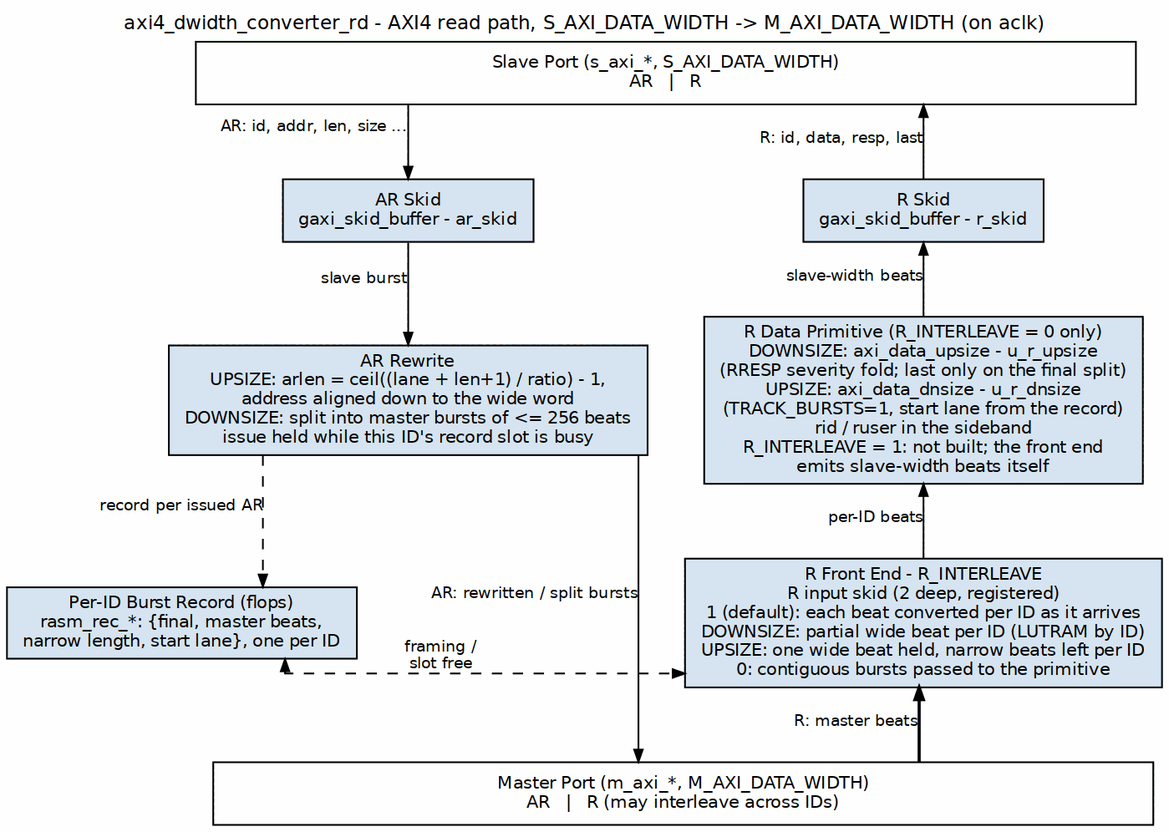
This is projects/components/utility-ip/converters/docs/converter_mas/assets/graphviz/axi4_dwidth_converter_rd.png from sean-galloway/RTLDesignSherpa, a Graphviz export, as it was before one commit. Its source is kept beside it as projects/components/utility-ip/converters/docs/converter_mas/assets/graphviz/axi4_dwidth_converter_rd.dot.
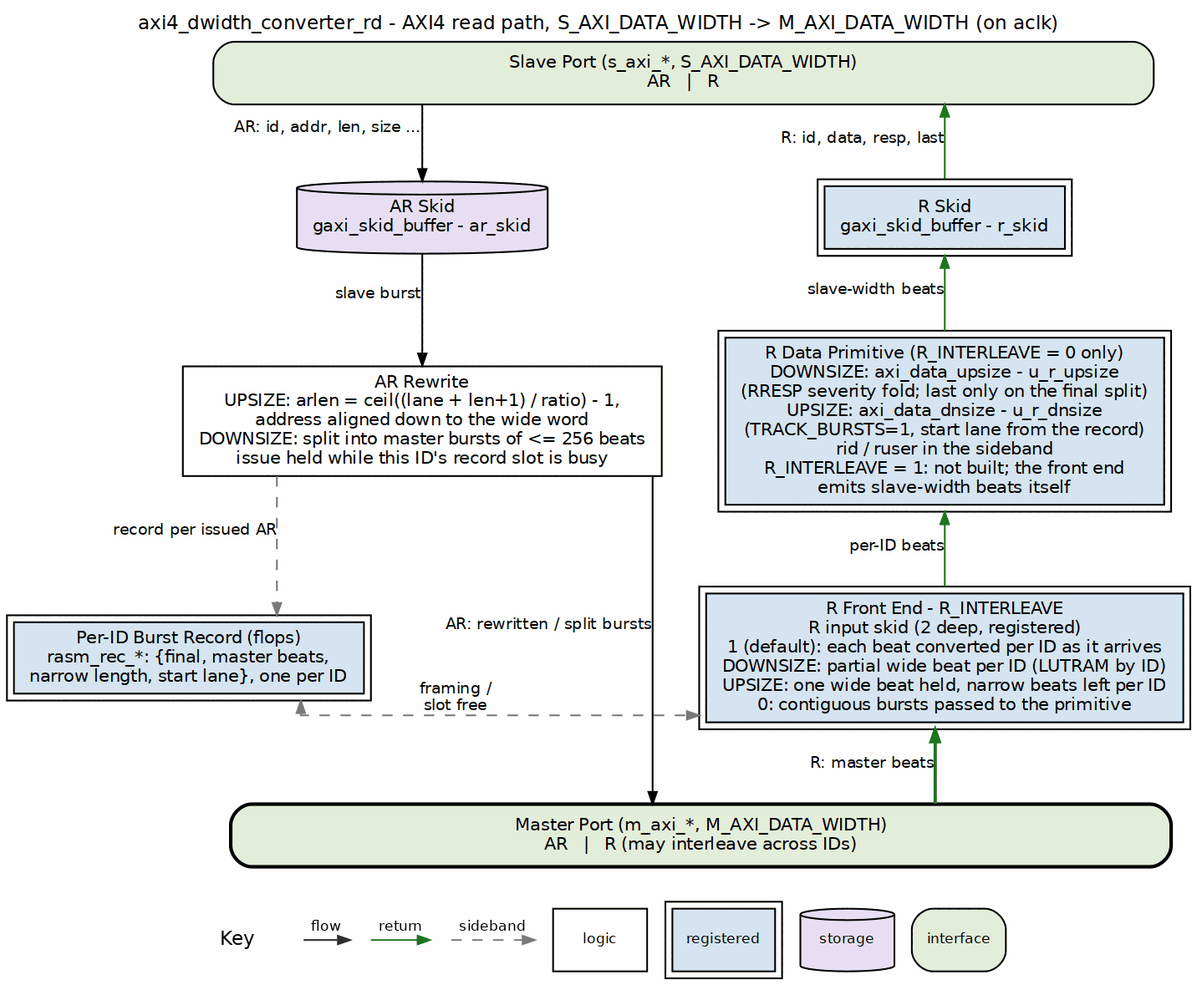
The same diagram one commit later.

What changed in the source:
```diff
@@ -3,33 +3,33 @@
            nodesep="0.45", ranksep="0.60", splines=ortho, newrank=true,
            labelloc=t, labeljust=c];
     node  [fontname="Helvetica", fontsize=10, shape=box, style=filled,
-           fillcolor="#D6E4F0", color="black", margin="0.12,0.06"];
+           fillcolor="white", color="black", margin="0.12,0.06"];
     edge  [fontname="Helvetica", fontsize=9, color="black", arrowsize=0.7];
     label="axi4_dwidth_converter_rd - AXI4 read path, S_AXI_DATA_WIDTH -> M_AXI_DATA_WIDTH (on aclk)";
 
-    s    [label="Slave Port (s_axi_*, S_AXI_DATA_WIDTH)\nAR   |   R", fillcolor="white", width=7.5];
+    s    [label="Slave Port (s_axi_*, S_AXI_DATA_WIDTH)\nAR   |   R", fillcolor="white", width=7.5, style="rounded,filled", fillcolor="#E2EFDA"];
 
-    ask  [label="AR Skid\ngaxi_skid_buffer - ar_skid", group=A];
-    rsk  [label="R Skid\ngaxi_skid_buffer - r_skid", group=R];
+    ask  [label="AR Skid\ngaxi_skid_buffer - ar_skid", group=A, shape=cylinder, style="filled", fillcolor="#E8DFF5"];
+    rsk  [label="R Skid\ngaxi_skid_buffer - r_skid", group=R, peripheries=2, style="filled", fillcolor="#D6E4F0"];
 
-    ar   [label="AR Rewrite\nUPSIZE: arlen = ceil((lane + len+1) / ratio) - 1,\naddress aligned down to the wide word\nDOWNSIZE: split into master bursts of <= 256 beats\nissue held while this ID's record slot is busy", group=A];
-    rec  [label="Per-ID Burst Record (flops)\nrasm_rec_*: {final, master beats,\nnarrow length, start lane}, one per ID", group=M];
-    rdat [label="R Data Primitive (R_INTERLEAVE = 0 only)\nDOWNSIZE: axi_data_upsize - u_r_upsize\n(RRESP severity fold; last only on the final split)\nUPSIZE: axi_data_dnsize - u_r_dnsize\n(TRACK_BURSTS=1, start lane from the record)\nrid / ruser in the sideband\nR_INTERLEAVE = 1: not built; the front end\nemits slave-width beats itself", group=R];
-    rasm [label="R Front End - R_INTERLEAVE\nR input skid (2 deep, registered)\n1 (default): each beat converted per ID as it arrives\nDOWNSIZE: partial wide beat per ID (LUTRAM by ID)\nUPSIZE: one wide beat held, narrow beats left per ID\n0: contiguous bursts passed to the primitive", group=R];
+    ar   [label="AR Rewrite\nUPSIZE: arlen = ceil((lane + len+1) / ratio) - 1,\naddress aligned down to the wide word\nDOWNSIZE: split into master bursts of <= 256 beats\nissue held while this ID's record slot is busy", group=A, style="filled", fillcolor="white"];
+    rec  [label="Per-ID Burst Record (flops)\nrasm_rec_*: {final, master beats,\nnarrow length, start lane}, one per ID", group=M, peripheries=2, style="filled", fillcolor="#D6E4F0"];
+    rdat [label="R Data Primitive (R_INTERLEAVE = 0 only)\nDOWNSIZE: axi_data_upsize - u_r_upsize\n(RRESP severity fold; last only on the final split)\nUPSIZE: axi_data_dnsize - u_r_dnsize\n(TRACK_BURSTS=1, start lane from the record)\nrid / ruser in the sideband\nR_INTERLEAVE = 1: not built; the front end\nemits slave-width beats itself", group=R, peripheries=2, style="filled", fillcolor="#D6E4F0"];
+    rasm [label="R Front End - R_INTERLEAVE\nR input skid (2 deep, registered)\n1 (default): each beat converted per ID as it arrives\nDOWNSIZE: partial wide beat per ID (LUTRAM by ID)\nUPSIZE: one wide beat held, narrow beats left per ID\n0: contiguous bursts passed to the primitive", group=R, peripheries=2, style="filled", fillcolor="#D6E4F0"];
 
-    m    [label="Master Port (m_axi_*, M_AXI_DATA_WIDTH)\nAR   |   R (may interleave across IDs)", fillcolor="white", width=7.5];
+    m    [label="Master Port (m_axi_*, M_AXI_DATA_WIDTH)\nAR   |   R (may interleave across IDs)", fillcolor="white", width=7.5, style="rounded,filled,bold", fillcolor="#E2EFDA"];
 
     s    -> ask  [xlabel="AR: id, addr, len, size ..."];
     ask  -> ar   [xlabel="slave burst"];
-    ar   -> rec  [style=dashed, xlabel="record per issued AR"];
+    ar   -> rec  [style=dashed, color="#777777", xlabel="record per issued AR"];
     ar   -> m    [minlen=2, xlabel="AR: rewritten / split bursts"];
 
-    s    -> rsk  [dir=back, xlabel="R: id, data, resp, last"];
-    rsk  -> rdat [dir=back, xlabel="slave-width beats"];
-    rdat -> rasm [dir=back, xlabel="per-ID beats"];
-    rasm -> m    [dir=back, xlabel="R: master beats", penwidth=1.8];
+    s    -> rsk  [color="#1A7A1A", dir=back, xlabel="R: id, data, resp, last"];
+    rsk  -> rdat [color="#1A7A1A", dir=back, xlabel="slave-width beats"];
+    rdat -> rasm [color="#1A7A1A", dir=back, xlabel="per-ID beats"];
+    rasm -> m    [color="#1A7A1A", dir=back, xlabel="R: master beats", penwidth=1.8];
 
-    rec  -> rasm [style=dashed, dir=both, xlabel="framing /\nslot free"];
+    rec  -> rasm [style=dashed, color="#777777", dir=both, xlabel="framing /\nslot free"];
 
     { rank=same; ask; rsk; }
     { rank=same; ar; rdat; }
```
